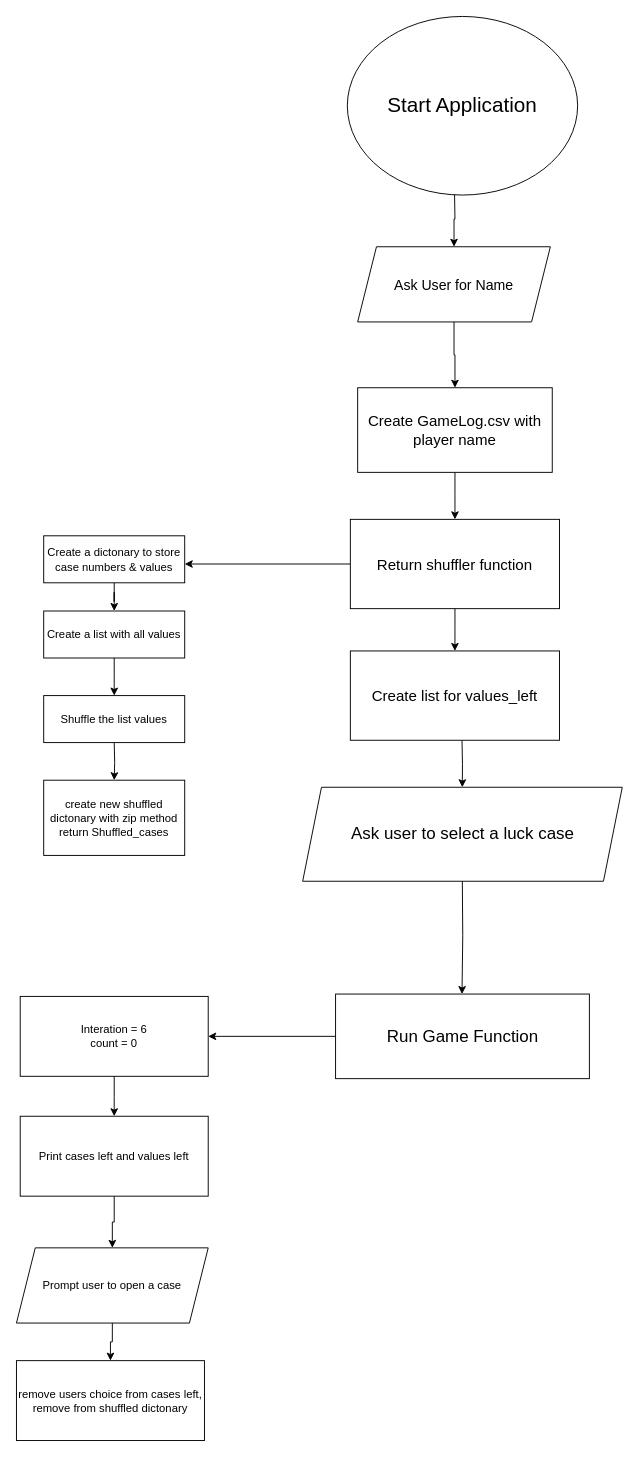
Before: flowchart/DealornoDeal2.0.drawio in BenDavies1218/Terminal_Application, a draw.io diagram. Source tidied: cells renumbered, new cells numbered last; positions are measured from the earlier drawing's top-left corner, leaving out a move shared by most shapes. Both pictures are drawn from the tidied source at 94%, with x=0, y=0 at pixel (16, 16).
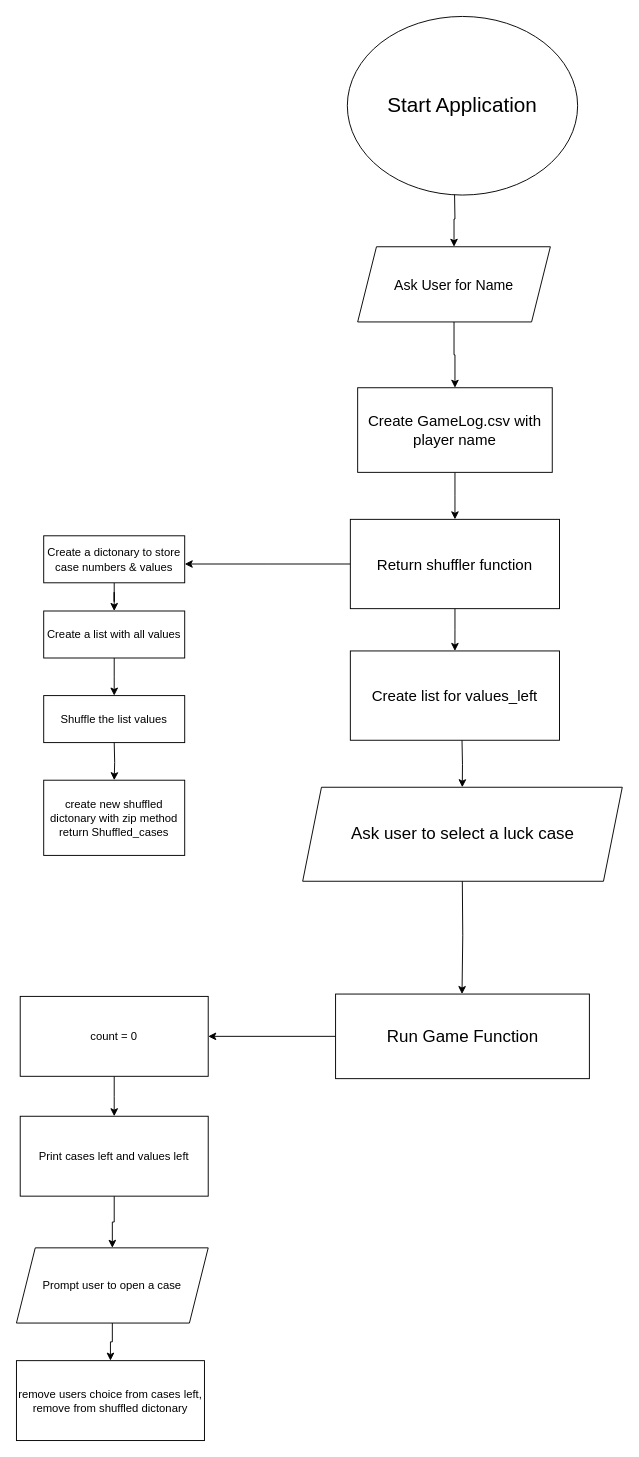
The same diagram, later.

Diff of the diagram source:
```diff
@@
-    <mxCell id="24" value="Interation = 6&lt;br&gt;count = 0" style="rounded=0;whiteSpace=wrap;html=1;" parent="1" vertex="1">
+    <mxCell id="24" value="count = 0" style="rounded=0;whiteSpace=wrap;html=1;" parent="1" vertex="1">
       <mxGeometry x="4" y="1042.5" width="200" height="85" as="geometry" />
     </mxCell>
```
